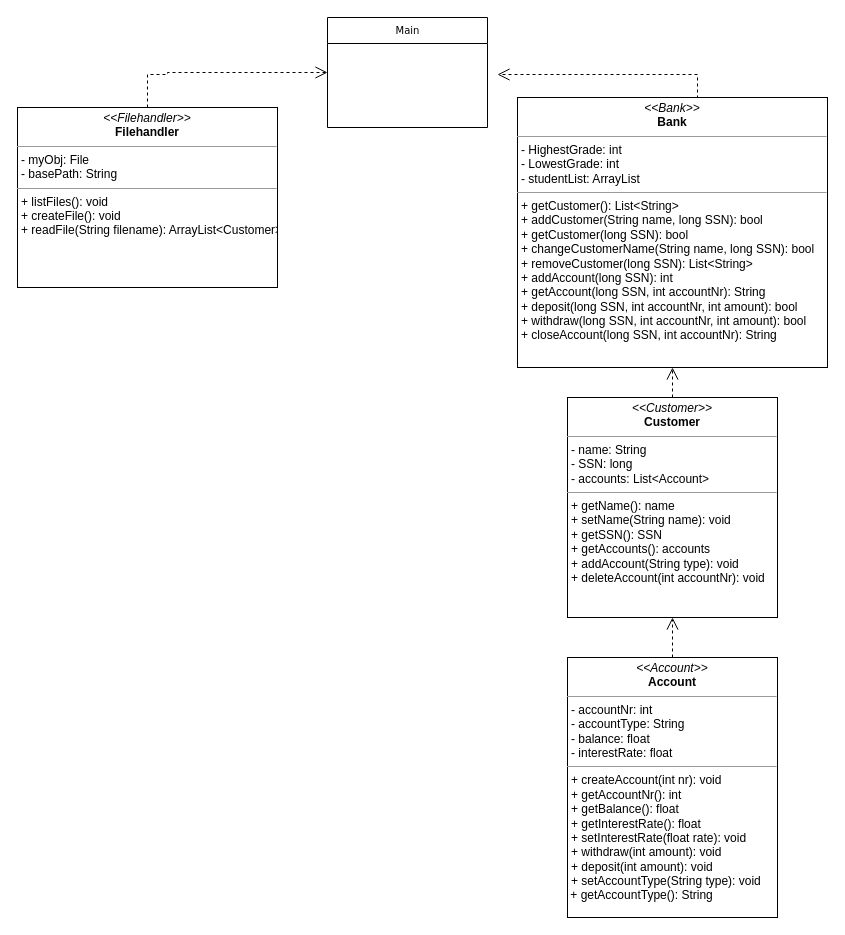
Above: _documentation/bankapp.drawio in tallner/grit-java-bankapp (draw.io), before the change. Source tidied: cells renumbered, new cells numbered last; positions are measured from the earlier drawing's top-left corner, leaving out a move shared by most shapes. Both pictures are drawn from the tidied source at 100%, with x=0, y=0 at pixel (17, 17).
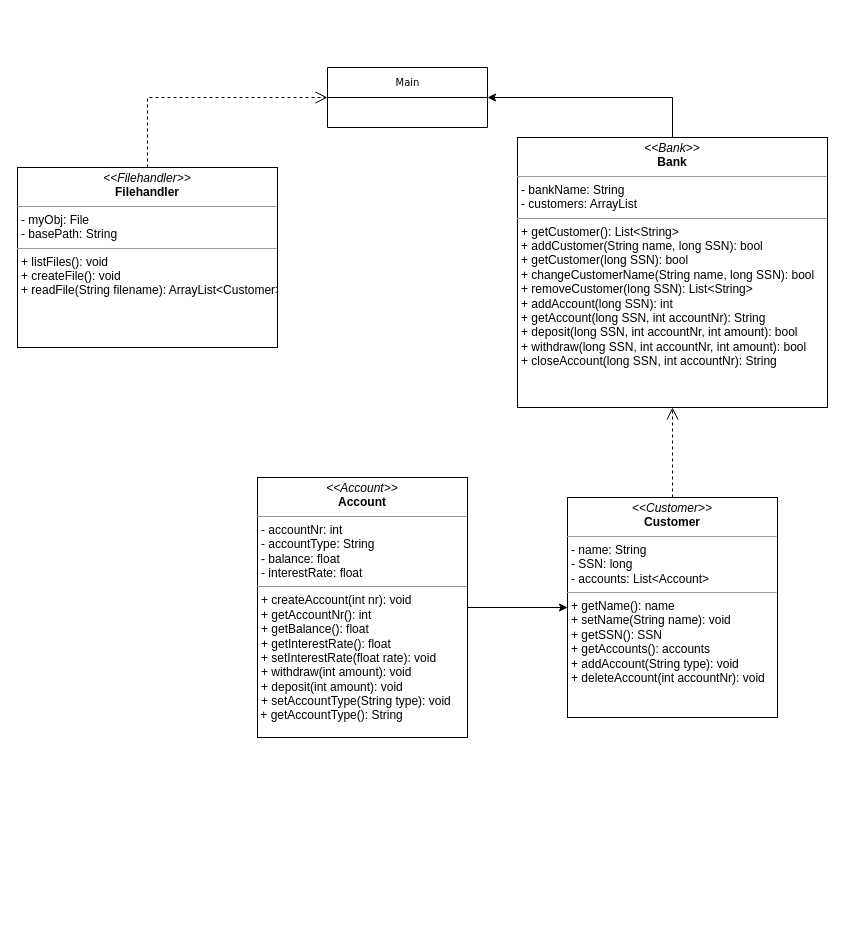
Above is the later version.

Commit message (it also covers changes not shown here):
In Bank.java getCustomers, addCustomer and getCustomer is implemented but not tested

Diff of the diagram source:
```diff
@@
 <mxGraphModel>
   <root>
     <mxCell id="0" />
     <mxCell id="1" parent="0" />
-    <mxCell id="2" value="Main" style="swimlane;html=1;fontStyle=0;horizontal=1;startSize=26;fillColor=none;swimlaneFillColor=#ffffff;rounded=0;shadow=0;comic=0;labelBackgroundColor=none;strokeWidth=1;fontFamily=Verdana;fontSize=10;align=center;" parent="1" vertex="1">
-      <mxGeometry x="310" width="160" height="110" as="geometry" />
+    <mxCell id="2" value="Main" style="swimlane;html=1;fontStyle=0;horizontal=1;startSize=30;fillColor=none;swimlaneFillColor=#ffffff;rounded=0;shadow=0;comic=0;labelBackgroundColor=none;strokeWidth=1;fontFamily=Verdana;fontSize=10;align=center;" parent="1" vertex="1">
+      <mxGeometry x="310" y="50" width="160" height="60" as="geometry" />
     </mxCell>
+    <mxCell id="11" style="edgeStyle=orthogonalEdgeStyle;rounded=0;jettySize=auto;html=1;entryX=0;entryY=0.5;entryDx=0;entryDy=0;" parent="1" edge="1" source="3" target="7">
+      <mxGeometry relative="1" as="geometry" />
+    </mxCell>
     <mxCell id="3" value="&lt;p style=&quot;margin: 0px ; margin-top: 4px ; text-align: center&quot;&gt;&lt;i&gt;&amp;lt;&amp;lt;Account&amp;gt;&amp;gt;&lt;/i&gt;&lt;br&gt;&lt;b&gt;Account&lt;/b&gt;&lt;/p&gt;&lt;hr size=&quot;1&quot;&gt;&lt;p style=&quot;margin: 0px ; margin-left: 4px&quot;&gt;- accountNr: int&lt;br&gt;&lt;/p&gt;&lt;p style=&quot;margin: 0px ; margin-left: 4px&quot;&gt;- accountType: String&lt;/p&gt;&lt;p style=&quot;margin: 0px ; margin-left: 4px&quot;&gt;- balance: float&lt;/p&gt;&lt;p style=&quot;margin: 0px ; margin-left: 4px&quot;&gt;- interestRate: float&lt;/p&gt;&lt;hr size=&quot;1&quot;&gt;&lt;p style=&quot;margin: 0px ; margin-left: 4px&quot;&gt;+ createAccount(int nr): void&lt;/p&gt;&lt;p style=&quot;margin: 0px ; margin-left: 4px&quot;&gt;+ getAccountNr(): int&lt;/p&gt;&lt;p style=&quot;margin: 0px ; margin-left: 4px&quot;&gt;+ getBalance(): float&lt;br&gt;+ getInterestRate(): float&lt;/p&gt;&lt;p style=&quot;margin: 0px ; margin-left: 4px&quot;&gt;+ setInterestRate(float rate): void&lt;br&gt;&lt;/p&gt;&lt;p style=&quot;margin: 0px ; margin-left: 4px&quot;&gt;+ withdraw(int amount): void&lt;/p&gt;&lt;p style=&quot;margin: 0px ; margin-left: 4px&quot;&gt;+ deposit(int amount): void&lt;/p&gt;&lt;p style=&quot;margin: 0px ; margin-left: 4px&quot;&gt;+ setAccountType(String type): void&lt;span&gt;&amp;nbsp;&lt;/span&gt;&lt;/p&gt;&amp;nbsp;+ getAccountType(): String" style="verticalAlign=top;align=left;overflow=fill;fontSize=12;fontFamily=Helvetica;html=1;rounded=0;shadow=0;comic=0;labelBackgroundColor=none;strokeWidth=1;" parent="1" vertex="1">
-      <mxGeometry x="550" y="640" width="210" height="260" as="geometry" />
+      <mxGeometry x="240" y="460" width="210" height="260" as="geometry" />
     </mxCell>
     <mxCell id="4" style="edgeStyle=orthogonalEdgeStyle;rounded=0;html=1;labelBackgroundColor=none;startFill=0;endArrow=open;endFill=0;endSize=10;fontFamily=Verdana;fontSize=10;dashed=1;exitX=0.5;exitY=0;exitDx=0;exitDy=0;entryX=0;entryY=0.5;entryDx=0;entryDy=0;" parent="1" edge="1" source="5" target="2">
       <mxGeometry relative="1" as="geometry">
         <Array as="points">
-          <mxPoint x="130" y="57" />
-          <mxPoint x="150" y="57" />
-          <mxPoint x="150" y="55" />
+          <mxPoint x="130" y="80" />
         </Array>
       </mxGeometry>
     </mxCell>
     <mxCell id="5" value="&lt;p style=&quot;margin: 0px ; margin-top: 4px ; text-align: center&quot;&gt;&lt;i&gt;&amp;lt;&amp;lt;Filehandler&amp;gt;&amp;gt;&lt;/i&gt;&lt;br&gt;&lt;b&gt;Filehandler&lt;/b&gt;&lt;/p&gt;&lt;hr size=&quot;1&quot;&gt;&lt;p style=&quot;margin: 0px ; margin-left: 4px&quot;&gt;- myObj: File&lt;/p&gt;&lt;p style=&quot;margin: 0px ; margin-left: 4px&quot;&gt;&lt;span&gt;- basePath: String&lt;/span&gt;&lt;br&gt;&lt;/p&gt;&lt;hr size=&quot;1&quot;&gt;&lt;p style=&quot;margin: 0px ; margin-left: 4px&quot;&gt;+ listFiles(): void&lt;br&gt;+ createFile(): void&lt;/p&gt;&lt;p style=&quot;margin: 0px ; margin-left: 4px&quot;&gt;&lt;span&gt;+ readFile(String filename): ArrayList&amp;lt;Customer&amp;gt;&lt;/span&gt;&lt;/p&gt;" style="verticalAlign=top;align=left;overflow=fill;fontSize=12;fontFamily=Helvetica;html=1;rounded=0;shadow=0;comic=0;labelBackgroundColor=none;strokeWidth=1;" parent="1" vertex="1">
-      <mxGeometry y="90" width="260" height="180" as="geometry" />
+      <mxGeometry y="150" width="260" height="180" as="geometry" />
     </mxCell>
     <mxCell id="6" style="edgeStyle=orthogonalEdgeStyle;rounded=0;html=1;dashed=1;labelBackgroundColor=none;startFill=0;endArrow=open;endFill=0;endSize=10;fontFamily=Verdana;fontSize=10;entryX=0.5;entryY=1;entryDx=0;entryDy=0;" parent="1" edge="1" source="7" target="10">
       <mxGeometry relative="1" as="geometry" />
     </mxCell>
     <mxCell id="7" value="&lt;p style=&quot;margin: 0px ; margin-top: 4px ; text-align: center&quot;&gt;&lt;i&gt;&amp;lt;&amp;lt;Customer&amp;gt;&amp;gt;&lt;/i&gt;&lt;br&gt;&lt;b&gt;Customer&lt;/b&gt;&lt;/p&gt;&lt;hr size=&quot;1&quot;&gt;&lt;p style=&quot;margin: 0px ; margin-left: 4px&quot;&gt;- name: String&lt;br&gt;- SSN: long&lt;/p&gt;&lt;p style=&quot;margin: 0px ; margin-left: 4px&quot;&gt;- accounts: List&amp;lt;Account&amp;gt;&lt;/p&gt;&lt;hr size=&quot;1&quot;&gt;&lt;p style=&quot;margin: 0px ; margin-left: 4px&quot;&gt;+ getName(): name&lt;/p&gt;&lt;p style=&quot;margin: 0px ; margin-left: 4px&quot;&gt;+ setName(String name): void&lt;/p&gt;&lt;p style=&quot;margin: 0px ; margin-left: 4px&quot;&gt;+ getSSN(): SSN&lt;br&gt;+ getAccounts(): accounts&lt;/p&gt;&lt;p style=&quot;margin: 0px ; margin-left: 4px&quot;&gt;+ addAccount(String type): void&lt;/p&gt;&lt;p style=&quot;margin: 0px ; margin-left: 4px&quot;&gt;+ deleteAccount(int accountNr): void&lt;/p&gt;" style="verticalAlign=top;align=left;overflow=fill;fontSize=12;fontFamily=Helvetica;html=1;rounded=0;shadow=0;comic=0;labelBackgroundColor=none;strokeWidth=1;" parent="1" vertex="1">
-      <mxGeometry x="550" y="380" width="210" height="220" as="geometry" />
+      <mxGeometry x="550" y="480" width="210" height="220" as="geometry" />
     </mxCell>
-    <mxCell id="8" style="edgeStyle=orthogonalEdgeStyle;rounded=0;html=1;dashed=1;labelBackgroundColor=none;startFill=0;endArrow=open;endFill=0;endSize=10;fontFamily=Verdana;fontSize=10;entryX=1;entryY=0.5;entryDx=0;entryDy=0;exitX=0.5;exitY=0;exitDx=0;exitDy=0;" parent="1" edge="1" source="10">
-      <mxGeometry relative="1" as="geometry">
-        <mxPoint x="480" y="57" as="targetPoint" />
-        <Array as="points">
-          <mxPoint x="680" y="110" />
-          <mxPoint x="680" y="57" />
-        </Array>
-      </mxGeometry>
-    </mxCell>
-    <mxCell id="9" style="edgeStyle=orthogonalEdgeStyle;rounded=0;jettySize=auto;html=1;exitX=0.5;exitY=1;exitDx=0;exitDy=0;" parent="1" edge="1" source="10">
-      <mxGeometry relative="1" as="geometry">
-        <mxPoint x="675" y="340" as="targetPoint" />
-      </mxGeometry>
-    </mxCell>
+    <mxCell id="12" style="edgeStyle=orthogonalEdgeStyle;rounded=0;jettySize=auto;html=1;entryX=1;entryY=0.5;entryDx=0;entryDy=0;exitX=0.5;exitY=0;exitDx=0;exitDy=0;" parent="1" edge="1" source="10" target="2">
+      <mxGeometry relative="1" as="geometry" />
+    </mxCell>
-    <mxCell id="10" value="&lt;p style=&quot;margin: 0px ; margin-top: 4px ; text-align: center&quot;&gt;&lt;i&gt;&amp;lt;&amp;lt;Bank&amp;gt;&amp;gt;&lt;/i&gt;&lt;br&gt;&lt;b&gt;Bank&lt;/b&gt;&lt;/p&gt;&lt;hr size=&quot;1&quot;&gt;&lt;p style=&quot;margin: 0px ; margin-left: 4px&quot;&gt;- HighestGrade: int&lt;/p&gt;&lt;p style=&quot;margin: 0px ; margin-left: 4px&quot;&gt;- LowestGrade: int&lt;br&gt;&lt;/p&gt;&lt;p style=&quot;margin: 0px ; margin-left: 4px&quot;&gt;- studentList: ArrayList&lt;/p&gt;&lt;hr size=&quot;1&quot;&gt;&lt;p style=&quot;margin: 0px ; margin-left: 4px&quot;&gt;+ getCustomer(): List&amp;lt;String&amp;gt;&lt;/p&gt;&lt;p style=&quot;margin: 0px ; margin-left: 4px&quot;&gt;+ addCustomer(String name, long SSN): bool&lt;/p&gt;&lt;p style=&quot;margin: 0px ; margin-left: 4px&quot;&gt;+ getCustomer(long SSN): bool&lt;/p&gt;&lt;p style=&quot;margin: 0px ; margin-left: 4px&quot;&gt;+ changeCustomerName(String name, long SSN): bool&lt;/p&gt;&lt;p style=&quot;margin: 0px ; margin-left: 4px&quot;&gt;+ removeCustomer(long SSN): List&amp;lt;String&amp;gt;&lt;/p&gt;&lt;p style=&quot;margin: 0px ; margin-left: 4px&quot;&gt;+ addAccount(long SSN): int&lt;/p&gt;&lt;p style=&quot;margin: 0px ; margin-left: 4px&quot;&gt;+ getAccount(long SSN, int accountNr): String&lt;/p&gt;&lt;p style=&quot;margin: 0px ; margin-left: 4px&quot;&gt;+ deposit(long SSN, int accountNr, int amount): bool&lt;/p&gt;&lt;p style=&quot;margin: 0px ; margin-left: 4px&quot;&gt;+ withdraw(long SSN, int accountNr, int amount): bool&lt;/p&gt;&lt;p style=&quot;margin: 0px ; margin-left: 4px&quot;&gt;+ closeAccount(long SSN, int accountNr): String&lt;/p&gt;" style="verticalAlign=top;align=left;overflow=fill;fontSize=12;fontFamily=Helvetica;html=1;rounded=0;shadow=0;comic=0;labelBackgroundColor=none;strokeWidth=1;" parent="1" vertex="1">
-      <mxGeometry x="500" y="80" width="310" height="270" as="geometry" />
+    <mxCell id="10" value="&lt;p style=&quot;margin: 0px ; margin-top: 4px ; text-align: center&quot;&gt;&lt;i&gt;&amp;lt;&amp;lt;Bank&amp;gt;&amp;gt;&lt;/i&gt;&lt;br&gt;&lt;b&gt;Bank&lt;/b&gt;&lt;/p&gt;&lt;hr size=&quot;1&quot;&gt;&lt;p style=&quot;margin: 0px ; margin-left: 4px&quot;&gt;- bankName: String&lt;/p&gt;&lt;p style=&quot;margin: 0px ; margin-left: 4px&quot;&gt;- customers: ArrayList&lt;/p&gt;&lt;hr size=&quot;1&quot;&gt;&lt;p style=&quot;margin: 0px ; margin-left: 4px&quot;&gt;+ getCustomer(): List&amp;lt;String&amp;gt;&lt;/p&gt;&lt;p style=&quot;margin: 0px ; margin-left: 4px&quot;&gt;+ addCustomer(String name, long SSN): bool&lt;/p&gt;&lt;p style=&quot;margin: 0px ; margin-left: 4px&quot;&gt;+ getCustomer(long SSN): bool&lt;/p&gt;&lt;p style=&quot;margin: 0px ; margin-left: 4px&quot;&gt;+ changeCustomerName(String name, long SSN): bool&lt;/p&gt;&lt;p style=&quot;margin: 0px ; margin-left: 4px&quot;&gt;+ removeCustomer(long SSN): List&amp;lt;String&amp;gt;&lt;/p&gt;&lt;p style=&quot;margin: 0px ; margin-left: 4px&quot;&gt;+ addAccount(long SSN): int&lt;/p&gt;&lt;p style=&quot;margin: 0px ; margin-left: 4px&quot;&gt;+ getAccount(long SSN, int accountNr): String&lt;/p&gt;&lt;p style=&quot;margin: 0px ; margin-left: 4px&quot;&gt;+ deposit(long SSN, int accountNr, int amount): bool&lt;/p&gt;&lt;p style=&quot;margin: 0px ; margin-left: 4px&quot;&gt;+ withdraw(long SSN, int accountNr, int amount): bool&lt;/p&gt;&lt;p style=&quot;margin: 0px ; margin-left: 4px&quot;&gt;+ closeAccount(long SSN, int accountNr): String&lt;/p&gt;" style="verticalAlign=top;align=left;overflow=fill;fontSize=12;fontFamily=Helvetica;html=1;rounded=0;shadow=0;comic=0;labelBackgroundColor=none;strokeWidth=1;" parent="1" vertex="1">
+      <mxGeometry x="500" y="120" width="310" height="270" as="geometry" />
     </mxCell>
-    <mxCell id="11" style="edgeStyle=orthogonalEdgeStyle;rounded=0;html=1;dashed=1;labelBackgroundColor=none;startFill=0;endArrow=open;endFill=0;endSize=10;fontFamily=Verdana;fontSize=10;entryX=0.5;entryY=1;entryDx=0;entryDy=0;exitX=0.5;exitY=0;exitDx=0;exitDy=0;" parent="1" edge="1" source="3" target="7">
-      <mxGeometry relative="1" as="geometry" />
-    </mxCell>
   </root>
 </mxGraphModel>
```
